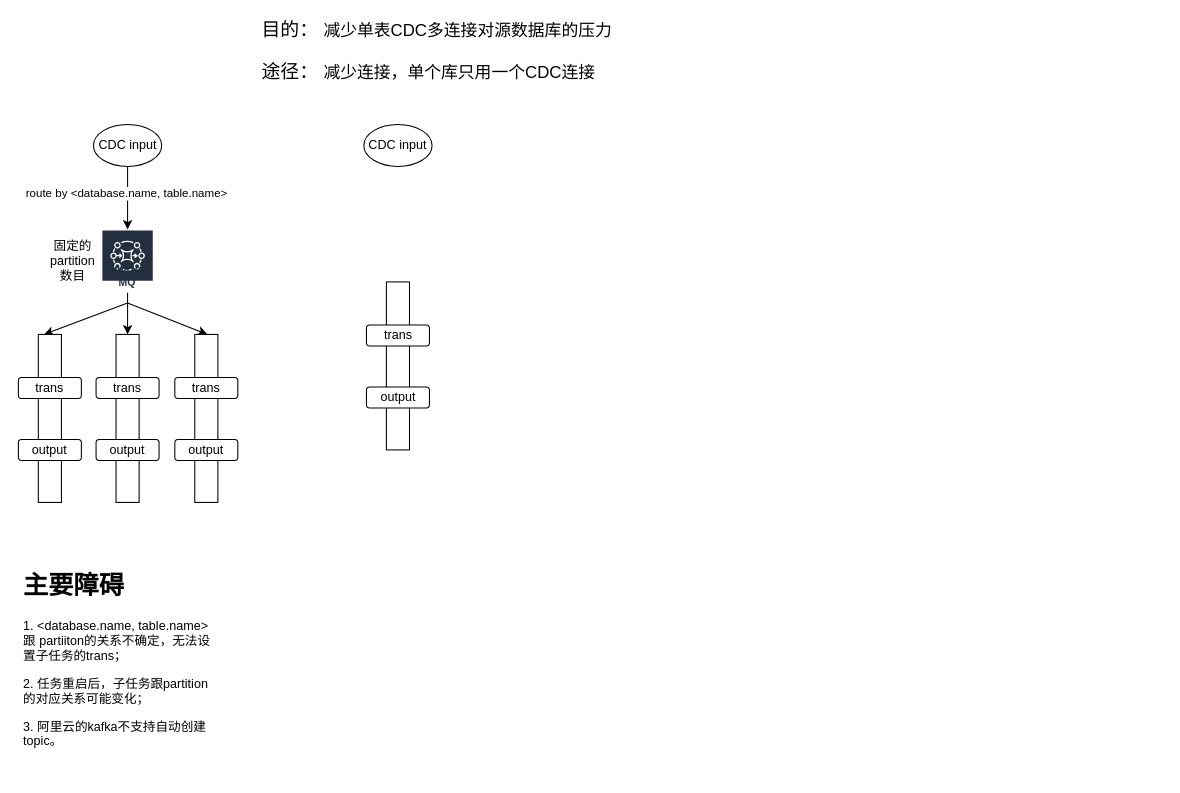
Before: page "单表CDC减轻IO压力的方案" (16 of 16) of 自助式接入.drawio in dophinlife/drawio, a draw.io diagram. Source tidied: cells renumbered, new cells numbered last; positions are measured from the earlier drawing's top-left corner, leaving out a move shared by most shapes. Both pictures are drawn from the tidied source at 105%, with x=0, y=0 at pixel (18, 19).
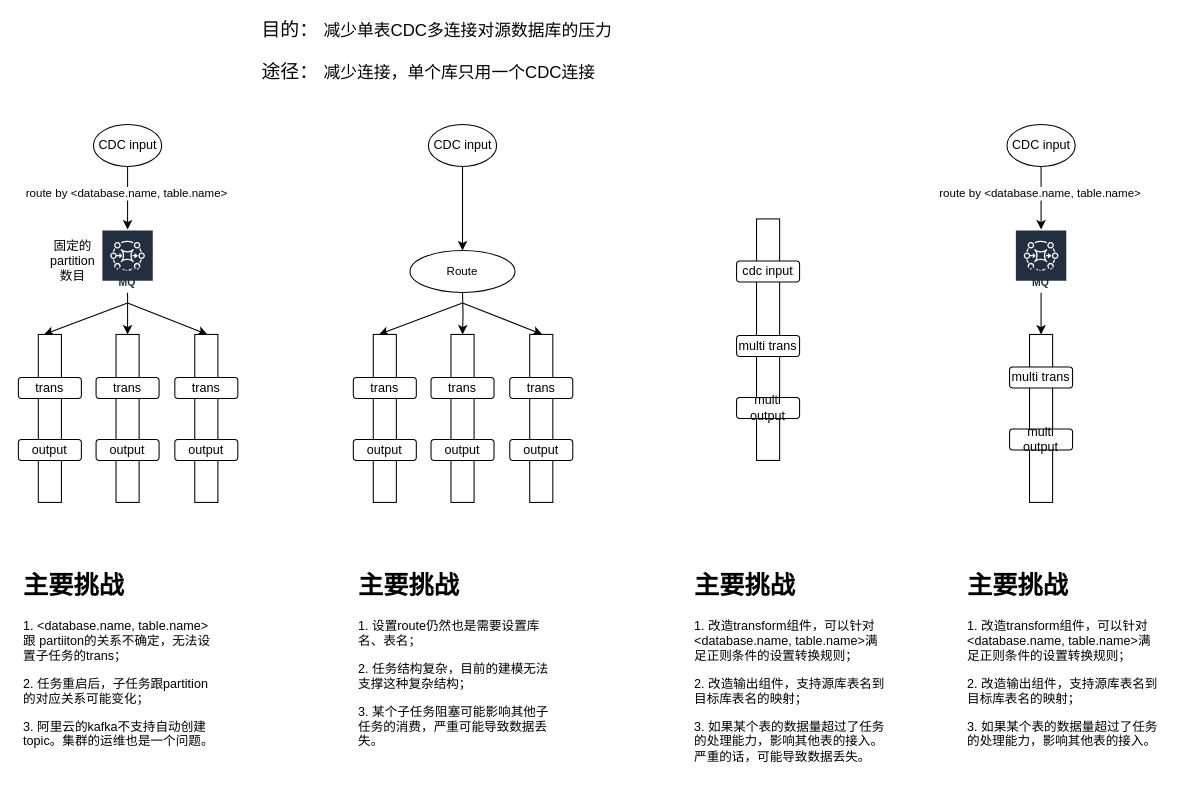
Above is the later version.

Commit message:
Update 自助式接入.drawio

What changed in the source:
```diff
@@
-    <mxCell id="28" value="&lt;h1&gt;主要障碍&lt;/h1&gt;&lt;p&gt;1. &amp;lt;database.name, table.name&amp;gt; 跟 partiiton的关系不确定，无法设置子任务的trans；&lt;/p&gt;&lt;p&gt;2. 任务重启后，子任务跟partition的对应关系可能变化；&lt;/p&gt;&lt;p&gt;3. 阿里云的kafka不支持自动创建topic。&lt;/p&gt;" style="text;html=1;strokeColor=none;fillColor=none;spacing=5;spacingTop=-20;whiteSpace=wrap;overflow=hidden;rounded=0;" parent="1" vertex="1">
+    <mxCell id="28" value="&lt;h1&gt;主要挑战&lt;/h1&gt;&lt;p&gt;1. &amp;lt;database.name, table.name&amp;gt; 跟 partiiton的关系不确定，无法设置子任务的trans；&lt;/p&gt;&lt;p&gt;2. 任务重启后，子任务跟partition的对应关系可能变化；&lt;/p&gt;&lt;p&gt;3. 阿里云的kafka不支持自动创建topic。集群的运维也是一个问题。&lt;/p&gt;" style="text;html=1;strokeColor=none;fillColor=none;spacing=5;spacingTop=-20;whiteSpace=wrap;overflow=hidden;rounded=0;" parent="1" vertex="1">
       <mxGeometry y="520" width="190" height="180" as="geometry" />
     </mxCell>
-    <mxCell id="29" value="CDC input" style="ellipse;whiteSpace=wrap;html=1;" parent="1" vertex="1">
-      <mxGeometry x="329" y="100" width="65" height="40" as="geometry" />
-    </mxCell>
     <mxCell id="30" style="rounded=0;whiteSpace=wrap;html=1;" parent="1" vertex="1">
-      <mxGeometry x="350.5" y="250" width="22" height="160" as="geometry" />
+      <mxGeometry x="703" y="190" width="22" height="230" as="geometry" />
     </mxCell>
-    <mxCell id="31" value="trans" style="rounded=1;whiteSpace=wrap;html=1;" parent="1" vertex="1">
-      <mxGeometry x="331.5" y="291" width="60" height="20" as="geometry" />
+    <mxCell id="31" value="multi trans" style="rounded=1;whiteSpace=wrap;html=1;" parent="1" vertex="1">
+      <mxGeometry x="684" y="301" width="60" height="20" as="geometry" />
     </mxCell>
-    <mxCell id="32" value="output" style="rounded=1;whiteSpace=wrap;html=1;" parent="1" vertex="1">
-      <mxGeometry x="331.5" y="350" width="60" height="20" as="geometry" />
+    <mxCell id="32" value="multi output" style="rounded=1;whiteSpace=wrap;html=1;" parent="1" vertex="1">
+      <mxGeometry x="684" y="360" width="60" height="20" as="geometry" />
     </mxCell>
+    <mxCell id="33" value="cdc input" style="rounded=1;whiteSpace=wrap;html=1;" parent="1" vertex="1">
+      <mxGeometry x="684" y="230" width="60" height="20" as="geometry" />
+    </mxCell>
+    <mxCell id="34" value="&lt;h1&gt;主要挑战&lt;/h1&gt;&lt;p&gt;1. 改造transform组件，可以针对&amp;lt;database.name, table.name&amp;gt;满足正则条件的设置转换规则；&lt;/p&gt;&lt;p&gt;2. 改造输出组件，支持源库表名到目标库表名的映射；&lt;/p&gt;&lt;p&gt;3. 如果某个表的数据量超过了任务的处理能力，影响其他表的接入。严重的话，可能导致数据丢失。&lt;/p&gt;" style="text;html=1;strokeColor=none;fillColor=none;spacing=5;spacingTop=-20;whiteSpace=wrap;overflow=hidden;rounded=0;" parent="1" vertex="1">
+      <mxGeometry x="639" y="520" width="190" height="200" as="geometry" />
+    </mxCell>
+    <mxCell id="35" style="edgeStyle=orthogonalEdgeStyle;rounded=0;orthogonalLoop=1;jettySize=auto;html=1;" parent="1" edge="1">
+      <mxGeometry relative="1" as="geometry">
+        <mxPoint x="423" y="260" as="sourcePoint" />
+        <mxPoint x="423" y="300" as="targetPoint" />
+      </mxGeometry>
+    </mxCell>
+    <mxCell id="36" style="edgeStyle=orthogonalEdgeStyle;rounded=0;jettySize=auto;html=1;" parent="1" edge="1" source="37">
+      <mxGeometry relative="1" as="geometry">
+        <mxPoint x="423" y="220" as="targetPoint" />
+      </mxGeometry>
+    </mxCell>
+    <mxCell id="37" value="CDC input" style="ellipse;whiteSpace=wrap;html=1;" parent="1" vertex="1">
+      <mxGeometry x="390.5" y="100" width="65" height="40" as="geometry" />
+    </mxCell>
+    <mxCell id="38" style="rounded=0;orthogonalLoop=1;jettySize=auto;html=1;entryX=0.5;entryY=0;entryDx=0;entryDy=0;" parent="1" edge="1">
+      <mxGeometry relative="1" as="geometry">
+        <mxPoint x="423" y="270" as="sourcePoint" />
+        <mxPoint x="499" y="300" as="targetPoint" />
+      </mxGeometry>
+    </mxCell>
+    <mxCell id="39" style="rounded=0;jettySize=auto;html=1;entryX=0.25;entryY=0;entryDx=0;entryDy=0;" parent="1" edge="1" target="42">
+      <mxGeometry relative="1" as="geometry">
+        <mxPoint x="423" y="270" as="sourcePoint" />
+      </mxGeometry>
+    </mxCell>
+    <mxCell id="40" style="group;" parent="1" vertex="1">
+      <mxGeometry x="319" y="300" width="60" height="160" as="geometry" />
+    </mxCell>
+    <mxCell id="41" style="group;" parent="40" vertex="1">
+      <mxGeometry width="60" height="160" as="geometry" />
+    </mxCell>
+    <mxCell id="42" style="rounded=0;whiteSpace=wrap;html=1;" parent="41" vertex="1">
+      <mxGeometry x="19" width="22" height="160" as="geometry" />
+    </mxCell>
+    <mxCell id="43" value="trans" style="rounded=1;whiteSpace=wrap;html=1;" parent="41" vertex="1">
+      <mxGeometry y="41" width="60" height="20" as="geometry" />
+    </mxCell>
+    <mxCell id="44" value="output" style="rounded=1;whiteSpace=wrap;html=1;" parent="41" vertex="1">
+      <mxGeometry y="100" width="60" height="20" as="geometry" />
+    </mxCell>
+    <mxCell id="45" style="group;" parent="1" vertex="1">
+      <mxGeometry x="398" y="310" width="60" height="160" as="geometry" />
+    </mxCell>
+    <mxCell id="46" style="group;" parent="45" vertex="1">
+      <mxGeometry x="70" y="-10" width="60" height="160" as="geometry" />
+    </mxCell>
+    <mxCell id="47" style="rounded=0;whiteSpace=wrap;html=1;" parent="46" vertex="1">
+      <mxGeometry x="19" width="22" height="160" as="geometry" />
+    </mxCell>
+    <mxCell id="48" value="trans" style="rounded=1;whiteSpace=wrap;html=1;" parent="46" vertex="1">
+      <mxGeometry y="41" width="60" height="20" as="geometry" />
+    </mxCell>
+    <mxCell id="49" value="output" style="rounded=1;whiteSpace=wrap;html=1;" parent="46" vertex="1">
+      <mxGeometry y="100" width="60" height="20" as="geometry" />
+    </mxCell>
+    <mxCell id="50" style="group;" parent="45" vertex="1">
+      <mxGeometry x="-5" y="-10" width="60" height="160" as="geometry" />
+    </mxCell>
+    <mxCell id="51" style="rounded=0;whiteSpace=wrap;html=1;" parent="50" vertex="1">
+      <mxGeometry x="19" width="22" height="160" as="geometry" />
+    </mxCell>
+    <mxCell id="52" value="trans" style="rounded=1;whiteSpace=wrap;html=1;" parent="50" vertex="1">
+      <mxGeometry y="41" width="60" height="20" as="geometry" />
+    </mxCell>
+    <mxCell id="53" value="output" style="rounded=1;whiteSpace=wrap;html=1;" parent="50" vertex="1">
+      <mxGeometry y="100" width="60" height="20" as="geometry" />
+    </mxCell>
+    <mxCell id="54" value="&lt;h1&gt;主要挑战&lt;/h1&gt;&lt;p&gt;1. 设置route仍然也是需要设置库名、表名；&lt;/p&gt;&lt;p&gt;2. 任务结构复杂，目前的建模无法支撑这种复杂结构；&lt;/p&gt;&lt;p&gt;3. 某个子任务阻塞可能影响其他子任务的消费，严重可能导致数据丢失。&lt;/p&gt;" style="text;html=1;strokeColor=none;fillColor=none;spacing=5;spacingTop=-20;whiteSpace=wrap;overflow=hidden;rounded=0;" parent="1" vertex="1">
+      <mxGeometry x="319" y="520" width="190" height="180" as="geometry" />
+    </mxCell>
+    <mxCell id="55" value="&lt;span style=&quot;font-size: 11px ; background-color: rgb(255 , 255 , 255)&quot;&gt;Route&lt;/span&gt;" style="ellipse;whiteSpace=wrap;html=1;" parent="1" vertex="1">
+      <mxGeometry x="373" y="220" width="100" height="40" as="geometry" />
+    </mxCell>
+    <mxCell id="56" style="rounded=0;whiteSpace=wrap;html=1;" parent="1" vertex="1">
+      <mxGeometry x="963" y="300" width="22" height="160" as="geometry" />
+    </mxCell>
+    <mxCell id="57" value="multi trans" style="rounded=1;whiteSpace=wrap;html=1;" parent="1" vertex="1">
+      <mxGeometry x="944" y="331" width="60" height="20" as="geometry" />
+    </mxCell>
+    <mxCell id="58" value="multi output" style="rounded=1;whiteSpace=wrap;html=1;" parent="1" vertex="1">
+      <mxGeometry x="944" y="390" width="60" height="20" as="geometry" />
+    </mxCell>
+    <mxCell id="59" value="&lt;h1&gt;主要挑战&lt;/h1&gt;&lt;p&gt;1. 改造transform组件，可以针对&amp;lt;database.name, table.name&amp;gt;满足正则条件的设置转换规则；&lt;/p&gt;&lt;p&gt;2. 改造输出组件，支持源库表名到目标库表名的映射；&lt;/p&gt;&lt;p&gt;3. 如果某个表的数据量超过了任务的处理能力，影响其他表的接入。&lt;/p&gt;" style="text;html=1;strokeColor=none;fillColor=none;spacing=5;spacingTop=-20;whiteSpace=wrap;overflow=hidden;rounded=0;" parent="1" vertex="1">
+      <mxGeometry x="899" y="520" width="190" height="200" as="geometry" />
+    </mxCell>
+    <mxCell id="60" style="edgeStyle=orthogonalEdgeStyle;rounded=0;jettySize=auto;html=1;entryX=0.5;entryY=0;entryDx=0;entryDy=0;" parent="1" edge="1" source="61" target="56">
+      <mxGeometry relative="1" as="geometry" />
+    </mxCell>
+    <mxCell id="61" value="Amazon MQ" style="outlineConnect=0;fontColor=#232F3E;gradientColor=none;strokeColor=#ffffff;fillColor=#232F3E;dashed=0;verticalLabelPosition=middle;verticalAlign=bottom;align=center;html=1;whiteSpace=wrap;fontSize=10;fontStyle=1;spacing=3;shape=mxgraph.aws4.productIcon;prIcon=mxgraph.aws4.mq;" parent="1" vertex="1">
+      <mxGeometry x="949" y="200" width="50" height="60" as="geometry" />
+    </mxCell>
+    <mxCell id="62" style="edgeStyle=orthogonalEdgeStyle;rounded=0;jettySize=auto;html=1;" parent="1" edge="1" source="64" target="61">
+      <mxGeometry relative="1" as="geometry" />
+    </mxCell>
+    <mxCell id="63" value="route by &amp;lt;database.name, table.name&amp;gt;" style="edgeLabel;html=1;align=center;verticalAlign=middle;" parent="62" vertex="1">
+      <mxGeometry x="-0.17" y="-2" relative="1" as="geometry" />
+    </mxCell>
+    <mxCell id="64" value="CDC input" style="ellipse;whiteSpace=wrap;html=1;" parent="1" vertex="1">
+      <mxGeometry x="941.5" y="100" width="65" height="40" as="geometry" />
+    </mxCell>
```
